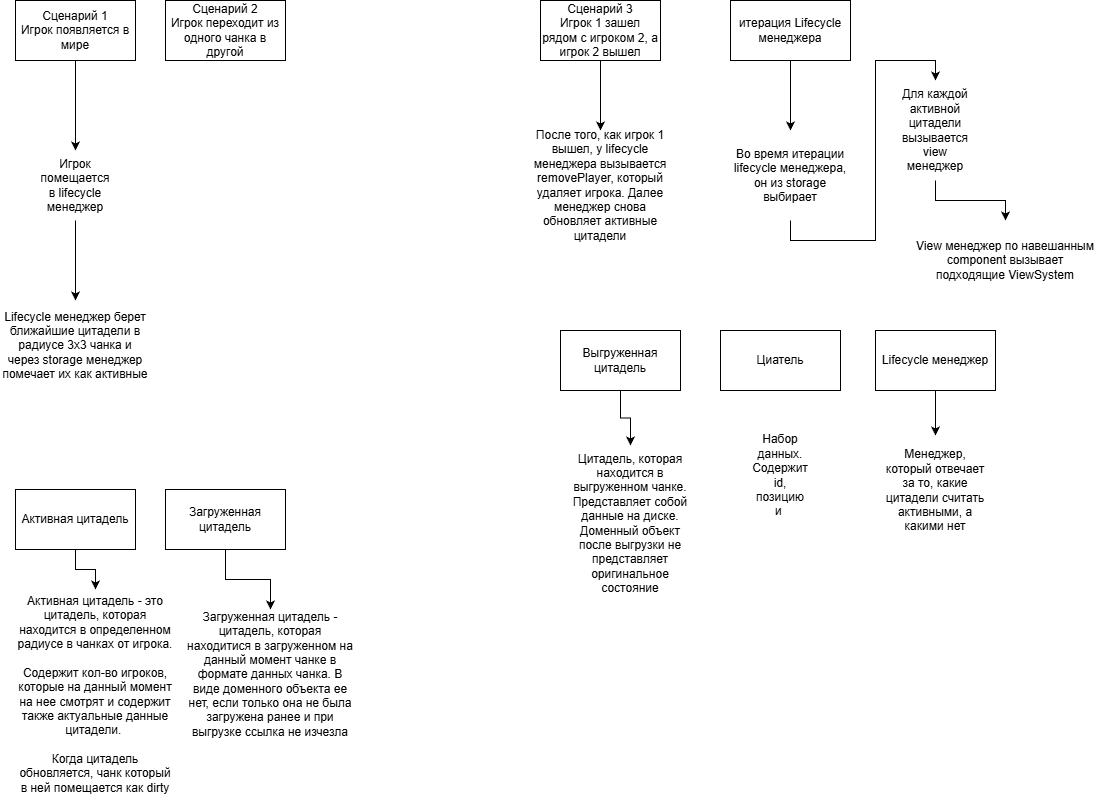
The draw.io diagram fornaxcitadel-core/architecture.png in TheDiVaZo/FornaxCitadel, before a commit. Source tidied: cells renumbered, new cells last; positions are measured from the earlier drawing's top-left corner, leaving out a move shared by most shapes. The source it was exported from:
```xml
<mxGraphModel>
  <root>
    <mxCell id="0" />
    <mxCell id="1" parent="0" />
    <mxCell id="2" style="edgeStyle=orthogonalEdgeStyle;rounded=0;jettySize=auto;html=1;exitX=0.5;exitY=1;exitDx=0;exitDy=0;entryX=0.5;entryY=0;entryDx=0;entryDy=0;" parent="1" edge="1" source="3" target="30">
      <mxGeometry relative="1" as="geometry" />
    </mxCell>
    <mxCell id="3" value="Сценарий 1&lt;br&gt;Игрок появляется в мире" style="rounded=0;whiteSpace=wrap;html=1;" parent="1" vertex="1">
      <mxGeometry x="15" width="120" height="60" as="geometry" />
    </mxCell>
    <mxCell id="4" value="Сценарий 2&lt;br&gt;Игрок переходит из одного чанка в другой" style="rounded=0;whiteSpace=wrap;html=1;" parent="1" vertex="1">
      <mxGeometry x="165" width="120" height="60" as="geometry" />
    </mxCell>
    <mxCell id="5" style="edgeStyle=orthogonalEdgeStyle;rounded=0;jettySize=auto;html=1;exitX=0.5;exitY=1;exitDx=0;exitDy=0;entryX=0.5;entryY=0;entryDx=0;entryDy=0;" parent="1" edge="1" source="6" target="7">
      <mxGeometry relative="1" as="geometry" />
    </mxCell>
    <mxCell id="6" value="Активная цитадель" style="rounded=0;whiteSpace=wrap;html=1;" parent="1" vertex="1">
      <mxGeometry x="15" y="489" width="120" height="60" as="geometry" />
    </mxCell>
    <mxCell id="7" value="Активная цитадель - это цитадель, которая находится в определенном радиусе в чанках от игрока.&lt;br&gt;&lt;br&gt;Содержит кол-во игроков, которые на данный момент на нее смотрят и содержит также актуальные данные цитадели.&amp;nbsp;&lt;br&gt;&lt;br&gt;Когда цитадель обновляется, чанк который в ней помещается как dirty" style="text;html=1;strokeColor=none;fillColor=none;align=center;verticalAlign=middle;whiteSpace=wrap;rounded=0;" parent="1" vertex="1">
      <mxGeometry x="15" y="589" width="160" height="210" as="geometry" />
    </mxCell>
    <mxCell id="8" style="edgeStyle=orthogonalEdgeStyle;rounded=0;jettySize=auto;html=1;exitX=0.5;exitY=1;exitDx=0;exitDy=0;entryX=0.5;entryY=0;entryDx=0;entryDy=0;" parent="1" edge="1" source="9" target="10">
      <mxGeometry relative="1" as="geometry" />
    </mxCell>
    <mxCell id="9" value="Загруженная цитадель" style="rounded=0;whiteSpace=wrap;html=1;" parent="1" vertex="1">
      <mxGeometry x="165" y="489" width="120" height="60" as="geometry" />
    </mxCell>
    <mxCell id="10" value="Загруженная цитадель - цитадель, которая находитися в загруженном на данный момент чанке в формате данных чанка. В виде доменного объекта ее нет, если только она не была загружена ранее и при выгрузке ссылка не изчезла" style="text;html=1;strokeColor=none;fillColor=none;align=center;verticalAlign=middle;whiteSpace=wrap;rounded=0;" parent="1" vertex="1">
      <mxGeometry x="185" y="609" width="170" height="130" as="geometry" />
    </mxCell>
    <mxCell id="11" style="edgeStyle=orthogonalEdgeStyle;rounded=0;jettySize=auto;html=1;exitX=0.5;exitY=1;exitDx=0;exitDy=0;entryX=0.5;entryY=0;entryDx=0;entryDy=0;" parent="1" edge="1" source="12" target="13">
      <mxGeometry relative="1" as="geometry" />
    </mxCell>
    <mxCell id="12" value="Выгруженная цитадель" style="rounded=0;whiteSpace=wrap;html=1;" parent="1" vertex="1">
      <mxGeometry x="560" y="330" width="120" height="60" as="geometry" />
    </mxCell>
    <mxCell id="13" value="Цитадель, которая находится в выгруженном чанке. Представляет собой данные на диске. Доменный объект после выгрузки не представляет оригинальное состояние" style="text;html=1;strokeColor=none;fillColor=none;align=center;verticalAlign=middle;whiteSpace=wrap;rounded=0;" parent="1" vertex="1">
      <mxGeometry x="570" y="445" width="120" height="155" as="geometry" />
    </mxCell>
    <mxCell id="14" style="edgeStyle=orthogonalEdgeStyle;rounded=0;jettySize=auto;html=1;exitX=0.5;exitY=1;exitDx=0;exitDy=0;entryX=0.5;entryY=0;entryDx=0;entryDy=0;" parent="1" edge="1" source="15" target="16">
      <mxGeometry relative="1" as="geometry" />
    </mxCell>
    <mxCell id="15" value="Сценарий 3&lt;br&gt;Игрок 1 зашел рядом с игроком 2, а игрок 2 вышел" style="rounded=0;whiteSpace=wrap;html=1;" parent="1" vertex="1">
      <mxGeometry x="540" width="120" height="60" as="geometry" />
    </mxCell>
    <mxCell id="16" value="После того, как игрок 1 вышел, у lifecycle менеджера вызывается removePlayer, который удаляет игрока. Далее менеджер снова обновляет активные цитадели" style="text;html=1;strokeColor=none;fillColor=none;align=center;verticalAlign=middle;whiteSpace=wrap;rounded=0;" parent="1" vertex="1">
      <mxGeometry x="525" y="130" width="150" height="110" as="geometry" />
    </mxCell>
    <mxCell id="17" style="edgeStyle=orthogonalEdgeStyle;rounded=0;jettySize=auto;html=1;exitX=0.5;exitY=1;exitDx=0;exitDy=0;entryX=0.5;entryY=0;entryDx=0;entryDy=0;" parent="1" edge="1" source="18" target="19">
      <mxGeometry relative="1" as="geometry" />
    </mxCell>
    <mxCell id="18" value="Lifecycle менеджер" style="rounded=0;whiteSpace=wrap;html=1;" parent="1" vertex="1">
      <mxGeometry x="875" y="330" width="120" height="60" as="geometry" />
    </mxCell>
    <mxCell id="19" value="Менеджер, который отвечает за то, какие цитадели считать активными, а какими нет" style="text;html=1;strokeColor=none;fillColor=none;align=center;verticalAlign=middle;whiteSpace=wrap;rounded=0;" parent="1" vertex="1">
      <mxGeometry x="880" y="435" width="110" height="110" as="geometry" />
    </mxCell>
    <mxCell id="20" style="edgeStyle=orthogonalEdgeStyle;rounded=0;jettySize=auto;html=1;exitX=0.5;exitY=1;exitDx=0;exitDy=0;entryX=0.5;entryY=0;entryDx=0;entryDy=0;" parent="1" edge="1" source="21" target="23">
      <mxGeometry relative="1" as="geometry" />
    </mxCell>
    <mxCell id="21" value="итерация Lifecycle менеджера" style="rounded=0;whiteSpace=wrap;html=1;" parent="1" vertex="1">
      <mxGeometry x="730" width="120" height="60" as="geometry" />
    </mxCell>
    <mxCell id="22" style="edgeStyle=orthogonalEdgeStyle;rounded=0;jettySize=auto;html=1;exitX=0.5;exitY=1;exitDx=0;exitDy=0;entryX=0.5;entryY=0;entryDx=0;entryDy=0;" parent="1" edge="1" source="23" target="25">
      <mxGeometry relative="1" as="geometry" />
    </mxCell>
    <mxCell id="23" value="Во время итерации lifecycle менеджера, он из storage выбирает" style="text;html=1;strokeColor=none;fillColor=none;align=center;verticalAlign=middle;whiteSpace=wrap;rounded=0;" parent="1" vertex="1">
      <mxGeometry x="730" y="130" width="120" height="90" as="geometry" />
    </mxCell>
    <mxCell id="24" style="edgeStyle=orthogonalEdgeStyle;rounded=0;jettySize=auto;html=1;exitX=0.5;exitY=1;exitDx=0;exitDy=0;entryX=0.5;entryY=0;entryDx=0;entryDy=0;" parent="1" edge="1" source="25" target="26">
      <mxGeometry relative="1" as="geometry" />
    </mxCell>
    <mxCell id="25" value="Для каждой активной цитадели вызывается view менеджер" style="text;html=1;strokeColor=none;fillColor=none;align=center;verticalAlign=middle;whiteSpace=wrap;rounded=0;" parent="1" vertex="1">
      <mxGeometry x="900" y="80" width="70" height="100" as="geometry" />
    </mxCell>
    <mxCell id="26" value="View менеджер по навешанным component вызывает подходящие ViewSystem" style="text;html=1;strokeColor=none;fillColor=none;align=center;verticalAlign=middle;whiteSpace=wrap;rounded=0;" parent="1" vertex="1">
      <mxGeometry x="910" y="220" width="190" height="80" as="geometry" />
    </mxCell>
    <mxCell id="27" value="Циатель" style="rounded=0;whiteSpace=wrap;html=1;" parent="1" vertex="1">
      <mxGeometry x="720" y="330" width="120" height="60" as="geometry" />
    </mxCell>
    <mxCell id="28" value="Набор данных. Содержит id, позицию и&amp;nbsp;" style="text;html=1;strokeColor=none;fillColor=none;align=center;verticalAlign=middle;whiteSpace=wrap;rounded=0;" parent="1" vertex="1">
      <mxGeometry x="750" y="460" width="60" height="30" as="geometry" />
    </mxCell>
    <mxCell id="29" style="edgeStyle=orthogonalEdgeStyle;rounded=0;jettySize=auto;html=1;exitX=0.5;exitY=1;exitDx=0;exitDy=0;entryX=0.5;entryY=0;entryDx=0;entryDy=0;" parent="1" edge="1" source="30" target="31">
      <mxGeometry relative="1" as="geometry" />
    </mxCell>
    <mxCell id="30" value="Игрок помещается в lifecycle менеджер" style="text;html=1;strokeColor=none;fillColor=none;align=center;verticalAlign=middle;whiteSpace=wrap;rounded=0;" parent="1" vertex="1">
      <mxGeometry x="35" y="150" width="80" height="70" as="geometry" />
    </mxCell>
    <mxCell id="31" value="Lifecycle менеджер берет ближайшие цитадели в радиусе 3x3 чанка и через storage менеджер помечает их как активные" style="text;html=1;strokeColor=none;fillColor=none;align=center;verticalAlign=middle;whiteSpace=wrap;rounded=0;" parent="1" vertex="1">
      <mxGeometry y="300" width="150" height="90" as="geometry" />
    </mxCell>
  </root>
</mxGraphModel>
```
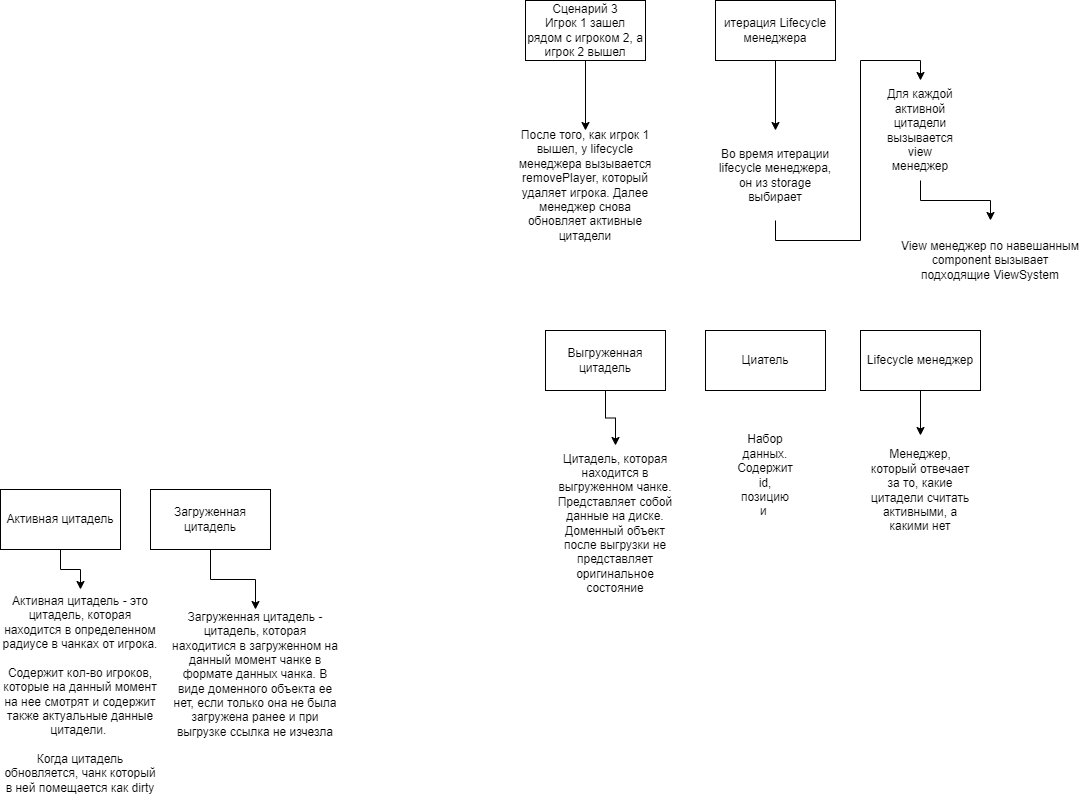
After the change.

Commit message:
docs: update the citadel lifecycle architecture diagram

Refresh the lifecycle scenario and chunk state diagram.

What changed in the source:
```diff
@@ -2,15 +2,6 @@
   <root>
     <mxCell id="0" />
     <mxCell id="1" parent="0" />
-    <mxCell id="2" style="edgeStyle=orthogonalEdgeStyle;rounded=0;jettySize=auto;html=1;exitX=0.5;exitY=1;exitDx=0;exitDy=0;entryX=0.5;entryY=0;entryDx=0;entryDy=0;" parent="1" edge="1" source="3" target="30">
-      <mxGeometry relative="1" as="geometry" />
-    </mxCell>
-    <mxCell id="3" value="Сценарий 1&lt;br&gt;Игрок появляется в мире" style="rounded=0;whiteSpace=wrap;html=1;" parent="1" vertex="1">
-      <mxGeometry x="15" width="120" height="60" as="geometry" />
-    </mxCell>
-    <mxCell id="4" value="Сценарий 2&lt;br&gt;Игрок переходит из одного чанка в другой" style="rounded=0;whiteSpace=wrap;html=1;" parent="1" vertex="1">
-      <mxGeometry x="165" width="120" height="60" as="geometry" />
-    </mxCell>
     <mxCell id="5" style="edgeStyle=orthogonalEdgeStyle;rounded=0;jettySize=auto;html=1;exitX=0.5;exitY=1;exitDx=0;exitDy=0;entryX=0.5;entryY=0;entryDx=0;entryDy=0;" parent="1" edge="1" source="6" target="7">
       <mxGeometry relative="1" as="geometry" />
     </mxCell>
@@ -83,14 +74,5 @@
     <mxCell id="28" value="Набор данных. Содержит id, позицию и&amp;nbsp;" style="text;html=1;strokeColor=none;fillColor=none;align=center;verticalAlign=middle;whiteSpace=wrap;rounded=0;" parent="1" vertex="1">
       <mxGeometry x="750" y="460" width="60" height="30" as="geometry" />
     </mxCell>
-    <mxCell id="29" style="edgeStyle=orthogonalEdgeStyle;rounded=0;jettySize=auto;html=1;exitX=0.5;exitY=1;exitDx=0;exitDy=0;entryX=0.5;entryY=0;entryDx=0;entryDy=0;" parent="1" edge="1" source="30" target="31">
-      <mxGeometry relative="1" as="geometry" />
-    </mxCell>
-    <mxCell id="30" value="Игрок помещается в lifecycle менеджер" style="text;html=1;strokeColor=none;fillColor=none;align=center;verticalAlign=middle;whiteSpace=wrap;rounded=0;" parent="1" vertex="1">
-      <mxGeometry x="35" y="150" width="80" height="70" as="geometry" />
-    </mxCell>
-    <mxCell id="31" value="Lifecycle менеджер берет ближайшие цитадели в радиусе 3x3 чанка и через storage менеджер помечает их как активные" style="text;html=1;strokeColor=none;fillColor=none;align=center;verticalAlign=middle;whiteSpace=wrap;rounded=0;" parent="1" vertex="1">
-      <mxGeometry y="300" width="150" height="90" as="geometry" />
-    </mxCell>
   </root>
 </mxGraphModel>
```
